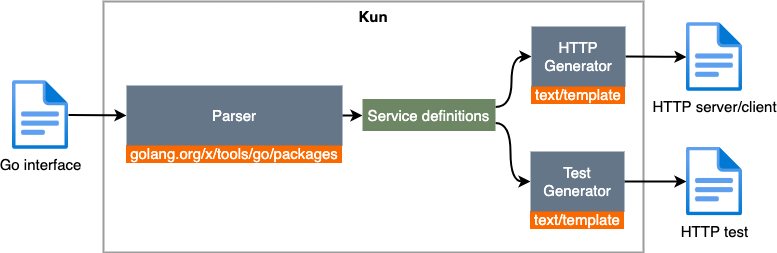
Earlier version of the draw.io export docs/http-generation.png (RussellLuo/kun). Source tidied: cells renumbered, new cells last; positions are measured from the earlier drawing's top-left corner, leaving out a move shared by most shapes.
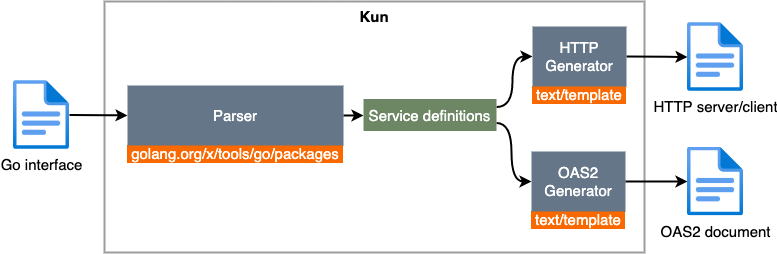
Later version of the same file.

Commit message:
generator: Remove the HTTP-test generator in favor of `protogodev/httptest`

What changed in the source:
```diff
@@ -20,7 +20,7 @@
     <mxCell id="7" style="edgeStyle=orthogonalEdgeStyle;curved=1;rounded=0;jettySize=auto;html=1;exitX=1;exitY=0.5;exitDx=0;exitDy=0;fontSize=15;fontColor=#000000;strokeWidth=2;" parent="1" edge="1" source="8" target="18">
       <mxGeometry relative="1" as="geometry" />
     </mxCell>
-    <mxCell id="8" value="Test&lt;br&gt;Generator" style="rounded=0;whiteSpace=wrap;html=1;fontSize=15;strokeColor=none;strokeWidth=2;align=center;verticalAlign=middle;fillColor=#647687;fontColor=#ffffff;" parent="1" vertex="1">
+    <mxCell id="8" value="OAS2&lt;br&gt;Generator" style="rounded=0;whiteSpace=wrap;html=1;fontSize=15;strokeColor=none;strokeWidth=2;align=center;verticalAlign=middle;fillColor=#647687;fontColor=#ffffff;" parent="1" vertex="1">
       <mxGeometry x="518" y="150" width="94" height="60" as="geometry" />
     </mxCell>
     <mxCell id="9" style="edgeStyle=orthogonalEdgeStyle;curved=1;rounded=0;jettySize=auto;html=1;exitX=1;exitY=0.5;exitDx=0;exitDy=0;fontSize=15;fontColor=#000000;strokeWidth=2;" parent="1" edge="1" source="14" target="17">
@@ -58,7 +58,7 @@
     <mxCell id="17" value="HTTP server/client" style="html=1;points=[];align=center;image;fontSize=15;image=img/lib/azure2/general/File.svg;labelBackgroundColor=#FFFFFF;strokeColor=#9C9C9C;strokeWidth=2;gradientColor=#ffffff;" parent="12" vertex="1">
       <mxGeometry x="674" y="21" width="56" height="69" as="geometry" />
     </mxCell>
-    <mxCell id="18" value="HTTP test" style="html=1;points=[];align=center;image;fontSize=15;image=img/lib/azure2/general/File.svg;labelBackgroundColor=#FFFFFF;strokeColor=#9C9C9C;strokeWidth=2;gradientColor=#ffffff;" parent="12" vertex="1">
+    <mxCell id="18" value="OAS2 document" style="html=1;points=[];align=center;image;fontSize=15;image=img/lib/azure2/general/File.svg;labelBackgroundColor=#FFFFFF;strokeColor=#9C9C9C;strokeWidth=2;gradientColor=#ffffff;" parent="12" vertex="1">
       <mxGeometry x="674" y="145.5" width="56" height="69" as="geometry" />
     </mxCell>
     <mxCell id="19" value="&lt;span style=&quot;background-color: rgb(109 , 135 , 100)&quot;&gt;&amp;nbsp;Service definitions&amp;nbsp;&lt;/span&gt;" style="rounded=0;whiteSpace=wrap;html=1;fontSize=15;strokeColor=none;strokeWidth=2;align=center;verticalAlign=middle;fillColor=#6d8764;fontColor=#ffffff;" parent="12" vertex="1">
```
